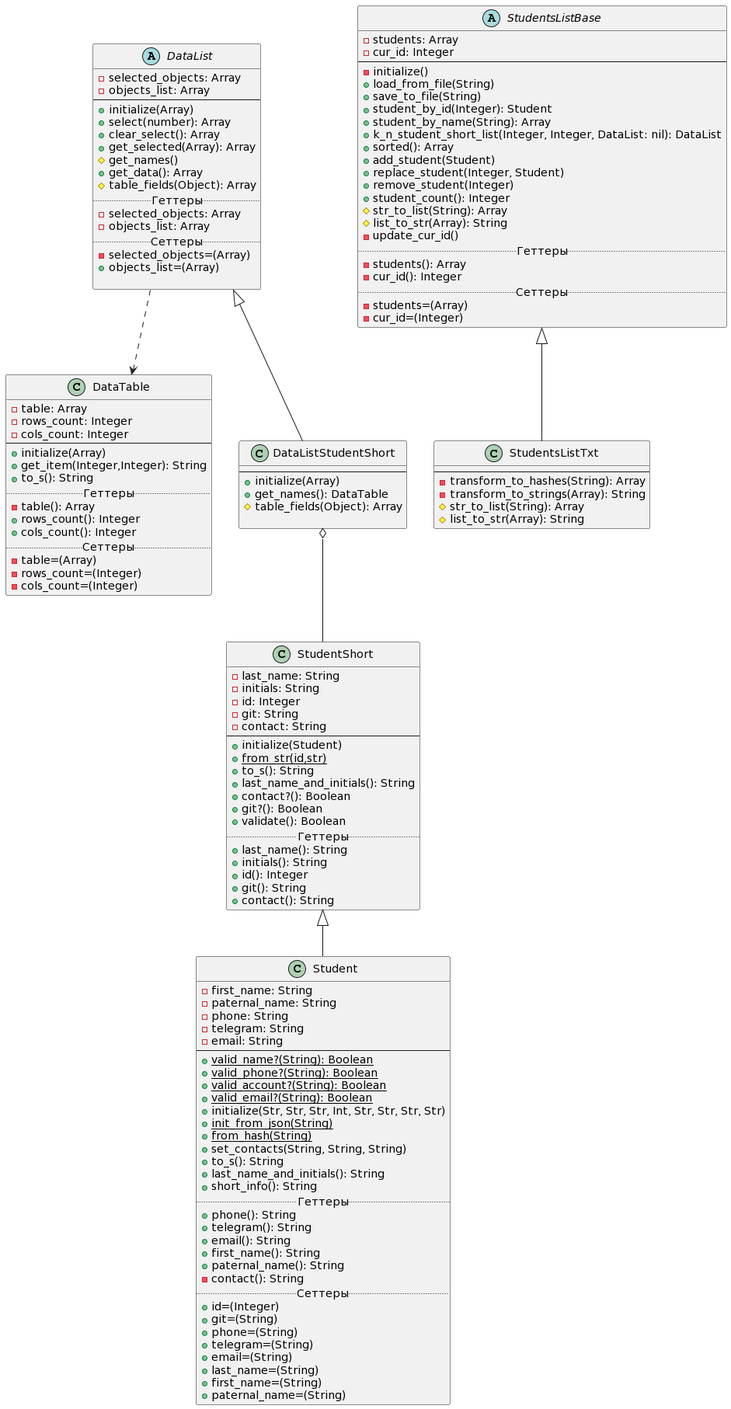
Earlier version of the PlantUML export Diagrams/class_diagram_lab2.png (waasabi13/ruby_labs).
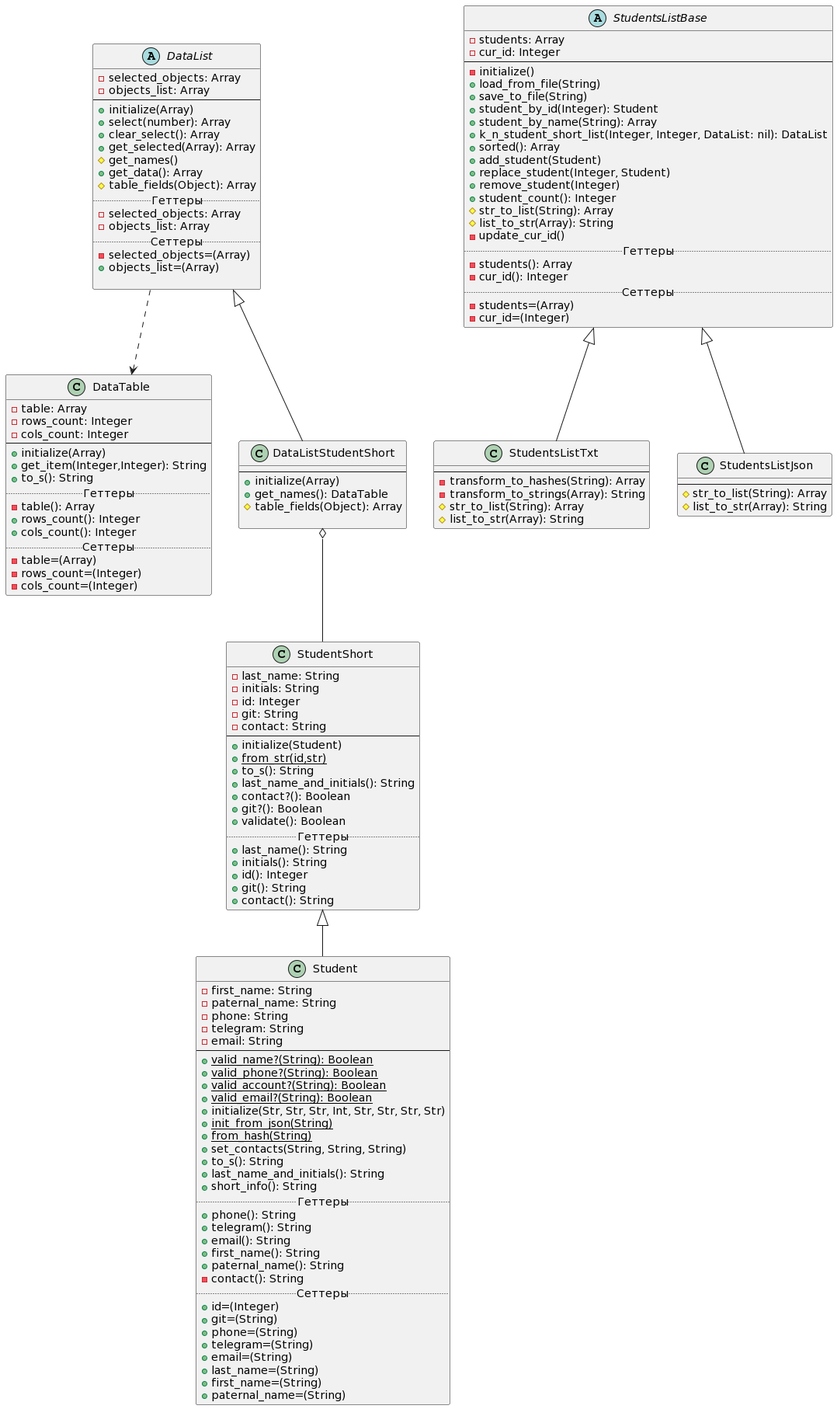
Above is the later version.

What changed in the source:
```diff
@@ -141,6 +141,12 @@
      #list_to_str(Array): String
  }
 
+ class StudentsListJson extends StudentsListBase {
+     --
+     #str_to_list(String): Array
+     #list_to_str(Array): String
+ }
+
 DataList ..> DataTable
 
 DataListStudentShort o-- StudentShort
```
